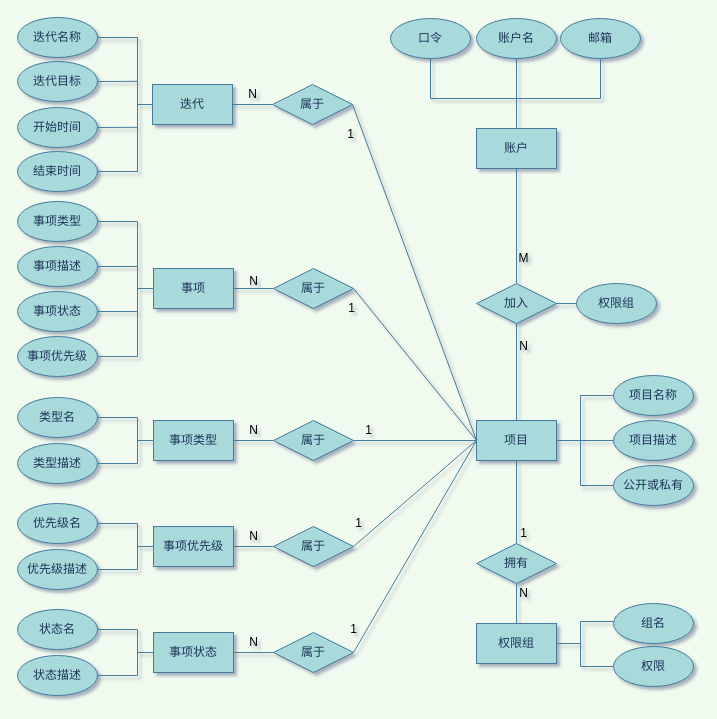
Above: design/ER.drawio in realyunde/Teamwin (draw.io), before the change. Source tidied: cells renumbered, new cells numbered last; positions are measured from the earlier drawing's top-left corner, leaving out a move shared by most shapes. Both pictures are drawn from the tidied source at 100%, with x=0, y=0 at pixel (17, 17).
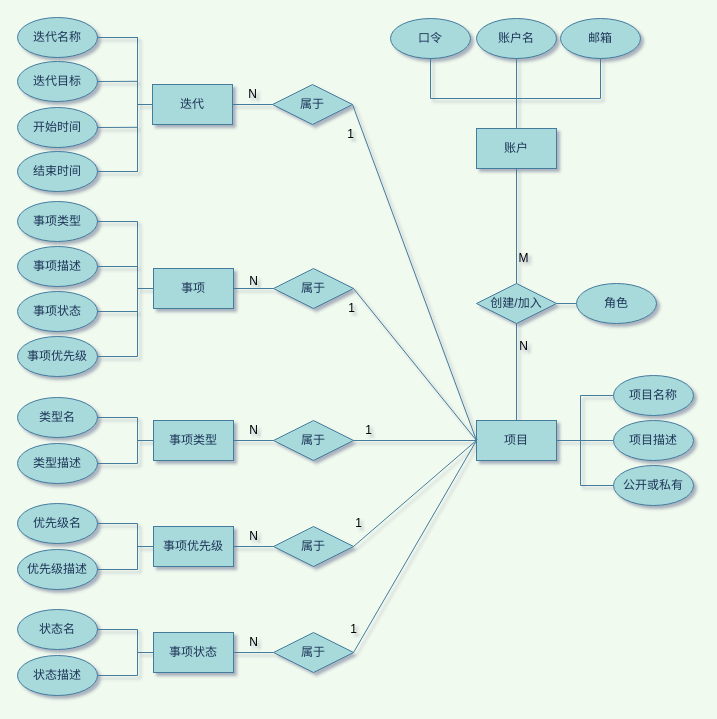
Above is the later version.

Unchanged cells that the change refers to:
```xml
<mxCell id="2" value="项目" style="rounded=0;whiteSpace=wrap;html=1;fillColor=#A8DADC;strokeColor=#457B9D;fontColor=#1D3557;" parent="1" vertex="1">
  <mxGeometry x="459" y="403" width="80" height="40" as="geometry" />
</mxCell>
```

Diff of the diagram source:
```diff
@@
-    <mxCell id="4" value="加入" style="rhombus;whiteSpace=wrap;html=1;fillColor=#A8DADC;strokeColor=#457B9D;fontColor=#1D3557;" parent="1" vertex="1">
+    <mxCell id="4" value="创建/加入" style="rhombus;whiteSpace=wrap;html=1;fillColor=#A8DADC;strokeColor=#457B9D;fontColor=#1D3557;" parent="1" vertex="1">
       <mxGeometry x="459" y="266" width="80" height="40" as="geometry" />
     </mxCell>
@@
-    <mxCell id="11" value="权限组" style="ellipse;whiteSpace=wrap;html=1;fillColor=#A8DADC;strokeColor=#457B9D;fontColor=#1D3557;" parent="1" vertex="1">
+    <mxCell id="11" value="角色" style="ellipse;whiteSpace=wrap;html=1;fillColor=#A8DADC;strokeColor=#457B9D;fontColor=#1D3557;" parent="1" vertex="1">
       <mxGeometry x="559" y="266" width="80" height="40" as="geometry" />
     </mxCell>
@@
-    <mxCell id="43" style="endArrow=none;html=1;entryX=0.5;entryY=1;entryDx=0;entryDy=0;strokeColor=#457B9D;fontColor=#1D3557;labelBackgroundColor=#F1FAEE;" parent="1" edge="1" target="2">
-      <mxGeometry relative="1" as="geometry">
-        <mxPoint x="499" y="526" as="sourcePoint" />
-      </mxGeometry>
-    </mxCell>
-    <mxCell id="44" value="权限组" style="rounded=0;whiteSpace=wrap;html=1;fillColor=#A8DADC;strokeColor=#457B9D;fontColor=#1D3557;" parent="1" vertex="1">
-      <mxGeometry x="459" y="606" width="80" height="40" as="geometry" />
-    </mxCell>
-    <mxCell id="45" value="拥有" style="rhombus;whiteSpace=wrap;html=1;fillColor=#A8DADC;strokeColor=#457B9D;fontColor=#1D3557;" parent="1" vertex="1">
-      <mxGeometry x="459" y="526" width="80" height="40" as="geometry" />
-    </mxCell>
-    <mxCell id="46" style="endArrow=none;html=1;entryX=0.5;entryY=0;entryDx=0;entryDy=0;strokeColor=#457B9D;fontColor=#1D3557;labelBackgroundColor=#F1FAEE;exitX=0.5;exitY=1;exitDx=0;exitDy=0;" parent="1" edge="1" source="45" target="44">
-      <mxGeometry relative="1" as="geometry" />
-    </mxCell>
-    <mxCell id="47" style="endArrow=none;html=1;exitX=1;exitY=0.5;exitDx=0;exitDy=0;strokeColor=#457B9D;fontColor=#1D3557;labelBackgroundColor=#F1FAEE;" parent="1" edge="1" source="44">
-      <mxGeometry relative="1" as="geometry">
-        <mxPoint x="563" y="626" as="targetPoint" />
-      </mxGeometry>
-    </mxCell>
-    <mxCell id="48" value="组名" style="ellipse;whiteSpace=wrap;html=1;fillColor=#A8DADC;strokeColor=#457B9D;fontColor=#1D3557;" parent="1" vertex="1">
-      <mxGeometry x="596" y="586" width="80" height="40" as="geometry" />
-    </mxCell>
-    <mxCell id="49" style="endArrow=none;html=1;strokeColor=#457B9D;fontColor=#1D3557;labelBackgroundColor=#F1FAEE;" parent="1" edge="1">
-      <mxGeometry relative="1" as="geometry">
-        <mxPoint x="563" y="649" as="sourcePoint" />
-        <mxPoint x="563" y="604" as="targetPoint" />
-      </mxGeometry>
-    </mxCell>
-    <mxCell id="50" value="权限" style="ellipse;whiteSpace=wrap;html=1;fillColor=#A8DADC;strokeColor=#457B9D;fontColor=#1D3557;" parent="1" vertex="1">
-      <mxGeometry x="596" y="629" width="80" height="40" as="geometry" />
-    </mxCell>
-    <mxCell id="51" style="endArrow=none;html=1;exitX=0;exitY=0.5;exitDx=0;exitDy=0;strokeColor=#457B9D;fontColor=#1D3557;labelBackgroundColor=#F1FAEE;" parent="1" edge="1">
-      <mxGeometry relative="1" as="geometry">
-        <mxPoint x="596" y="604" as="sourcePoint" />
-        <mxPoint x="563" y="604" as="targetPoint" />
-      </mxGeometry>
-    </mxCell>
-    <mxCell id="52" style="endArrow=none;html=1;strokeColor=#457B9D;fontColor=#1D3557;labelBackgroundColor=#F1FAEE;entryX=0;entryY=0.5;entryDx=0;entryDy=0;" parent="1" edge="1" target="50">
-      <mxGeometry relative="1" as="geometry">
-        <mxPoint x="563" y="649" as="sourcePoint" />
-      </mxGeometry>
-    </mxCell>
@@
-    <mxCell id="55" value="1" style="text;html=1;align=center;verticalAlign=middle;" parent="1" vertex="1">
-      <mxGeometry x="496" y="506" width="20" height="20" as="geometry" />
-    </mxCell>
-    <mxCell id="56" value="N" style="text;html=1;align=center;verticalAlign=middle;" parent="1" vertex="1">
-      <mxGeometry x="495.5" y="566" width="20" height="20" as="geometry" />
-    </mxCell>
```
